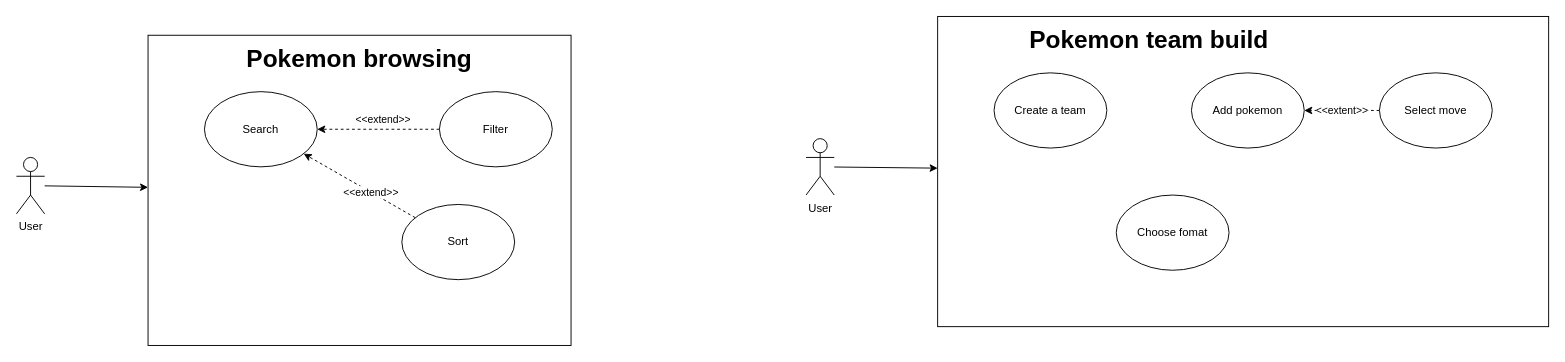
This is use_case_diagram.drawio from Keny7503/draw.io, a draw.io file, before an edit. Source tidied: cells renumbered, new cells numbered last; positions are measured from the earlier drawing's top-left corner, leaving out a move shared by most shapes. Both pictures are drawn from the tidied source at 94%, with x=0, y=0 at pixel (16, 16).
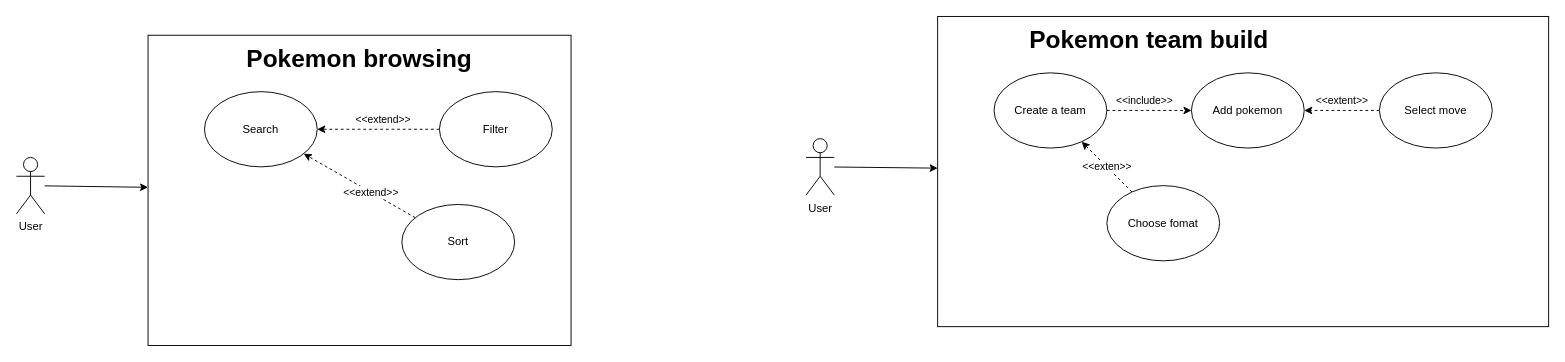
After the change.

The change refers to these unchanged cells:
```xml
<mxCell id="16" value="Create a team" style="ellipse;whiteSpace=wrap;html=1;" parent="1" vertex="1">
  <mxGeometry x="1040" y="60" width="120" height="80" as="geometry" />
</mxCell>
<mxCell id="17" value="Add pokemon" style="ellipse;whiteSpace=wrap;html=1;" parent="1" vertex="1">
  <mxGeometry x="1250" y="60" width="120" height="80" as="geometry" />
</mxCell>
<mxCell id="20" value="Select move" style="ellipse;whiteSpace=wrap;html=1;" parent="1" vertex="1">
  <mxGeometry x="1450" y="60" width="120" height="80" as="geometry" />
</mxCell>
```

The edit, as a diff of the source:
```diff
@@
+    <mxCell id="21" value="&amp;lt;&amp;lt;include&amp;gt;&amp;gt;" style="edgeStyle=orthogonalEdgeStyle;rounded=0;jettySize=auto;html=1;dashed=1;" parent="1" edge="1" source="16" target="17">
+      <mxGeometry x="-0.11" y="10" relative="1" as="geometry" />
+    </mxCell>
@@
+    <mxCell id="22" value="&amp;lt;&amp;lt;exten&amp;gt;&amp;gt;" style="rounded=0;jettySize=auto;html=1;dashed=1;" parent="1" edge="1" source="18" target="16">
+      <mxGeometry relative="1" as="geometry" />
+    </mxCell>
     <mxCell id="18" value="Choose fomat" style="ellipse;whiteSpace=wrap;html=1;" parent="1" vertex="1">
-      <mxGeometry x="1170" y="190" width="120" height="80" as="geometry" />
+      <mxGeometry x="1160" y="180" width="120" height="80" as="geometry" />
     </mxCell>
     <mxCell id="19" value="&amp;lt;&amp;lt;extent&amp;gt;&amp;gt;" style="edgeStyle=orthogonalEdgeStyle;rounded=0;jettySize=auto;html=1;dashed=1;" parent="1" edge="1" source="20" target="17">
-      <mxGeometry relative="1" as="geometry" />
+      <mxGeometry y="-10" relative="1" as="geometry" />
     </mxCell>
```
